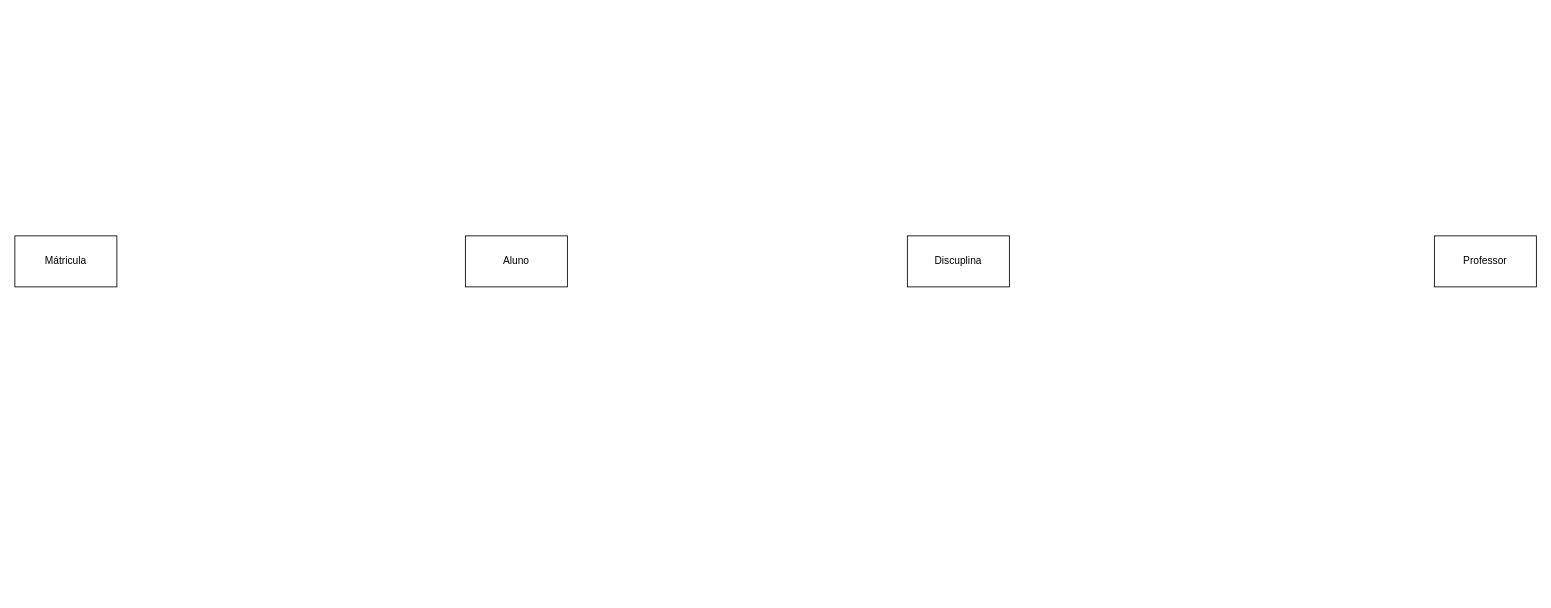
marcel-aita/DEVNOITE keeps this draw.io diagram as page "Sistema de Gestão Escolar" (3 of 3) of BD/Exercicios_DER/exercicios_DER_2.drawio. Above is the earlier version. Source tidied: cells renumbered, new cells numbered last; positions are measured from the earlier drawing's top-left corner, leaving out a move shared by most shapes. Both pictures are drawn from the tidied source at 85%, with x=0, y=0 at pixel (14, 235).
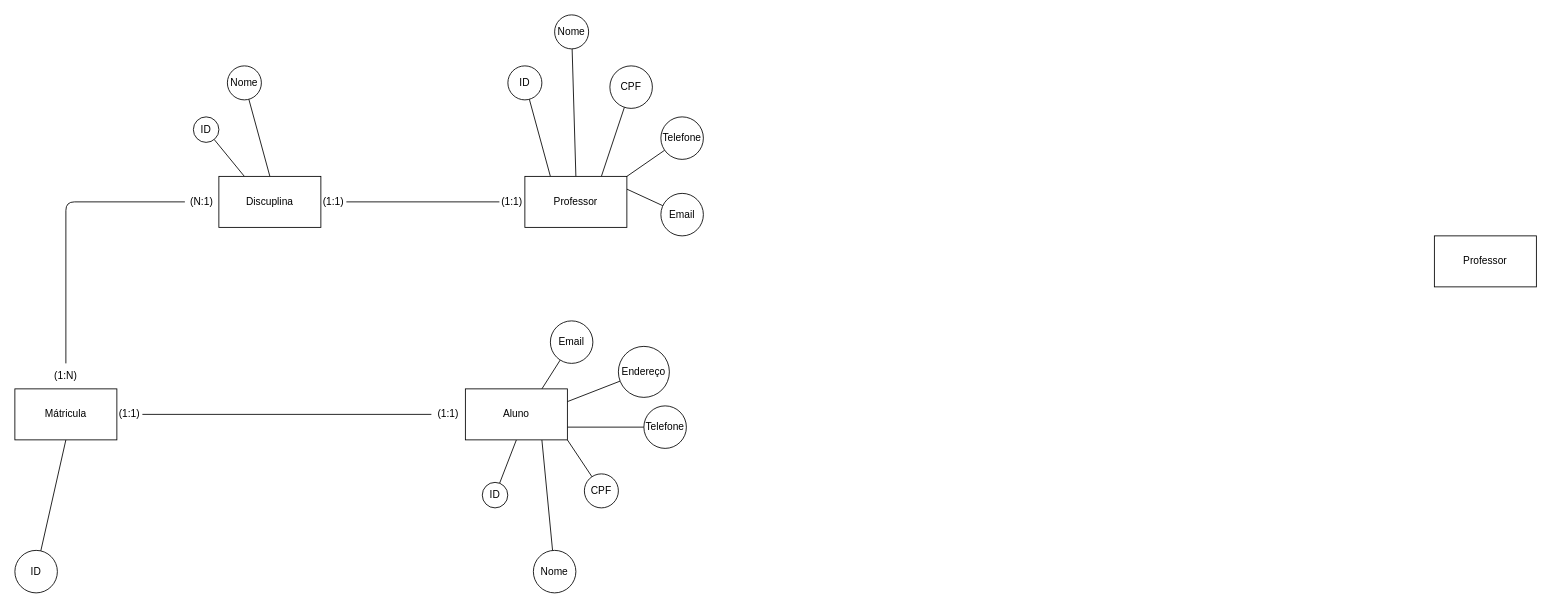
Above is the later version.

The edit, as a diff of the source:
```diff
@@
+    <mxCell id="6" style="edgeStyle=none;shape=connector;rounded=1;html=1;exitX=1;exitY=0.5;exitDx=0;exitDy=0;strokeColor=default;align=center;verticalAlign=middle;fontFamily=Helvetica;fontSize=12;fontColor=default;labelBackgroundColor=default;endArrow=none;endFill=0;" parent="1" edge="1" source="24" target="3">
+      <mxGeometry relative="1" as="geometry" />
+    </mxCell>
+    <mxCell id="7" style="edgeStyle=none;shape=connector;rounded=1;html=1;exitX=0.5;exitY=1;exitDx=0;exitDy=0;strokeColor=default;align=center;verticalAlign=middle;fontFamily=Helvetica;fontSize=12;fontColor=default;labelBackgroundColor=default;endArrow=none;endFill=0;" parent="1" edge="1" source="2" target="35">
+      <mxGeometry relative="1" as="geometry" />
+    </mxCell>
     <mxCell id="2" value="Mátricula" style="rounded=0;whiteSpace=wrap;html=1;" parent="1" vertex="1">
-      <mxGeometry width="120" height="60" as="geometry" />
+      <mxGeometry y="180" width="120" height="60" as="geometry" />
     </mxCell>
+    <mxCell id="8" style="edgeStyle=none;shape=connector;rounded=1;html=1;exitX=0.5;exitY=1;exitDx=0;exitDy=0;strokeColor=default;align=center;verticalAlign=middle;fontFamily=Helvetica;fontSize=12;fontColor=default;labelBackgroundColor=default;endArrow=none;endFill=0;" parent="1" edge="1" source="3" target="36">
+      <mxGeometry relative="1" as="geometry" />
+    </mxCell>
+    <mxCell id="9" style="edgeStyle=none;shape=connector;rounded=1;html=1;exitX=0.75;exitY=1;exitDx=0;exitDy=0;strokeColor=default;align=center;verticalAlign=middle;fontFamily=Helvetica;fontSize=12;fontColor=default;labelBackgroundColor=default;endArrow=none;endFill=0;" parent="1" edge="1" source="3" target="37">
+      <mxGeometry relative="1" as="geometry" />
+    </mxCell>
+    <mxCell id="10" style="edgeStyle=none;shape=connector;rounded=1;html=1;exitX=1;exitY=1;exitDx=0;exitDy=0;strokeColor=default;align=center;verticalAlign=middle;fontFamily=Helvetica;fontSize=12;fontColor=default;labelBackgroundColor=default;endArrow=none;endFill=0;" parent="1" edge="1" source="3" target="38">
+      <mxGeometry relative="1" as="geometry" />
+    </mxCell>
+    <mxCell id="11" style="edgeStyle=none;shape=connector;rounded=1;html=1;exitX=1;exitY=0.75;exitDx=0;exitDy=0;strokeColor=default;align=center;verticalAlign=middle;fontFamily=Helvetica;fontSize=12;fontColor=default;labelBackgroundColor=default;endArrow=none;endFill=0;" parent="1" edge="1" source="3" target="39">
+      <mxGeometry relative="1" as="geometry" />
+    </mxCell>
+    <mxCell id="12" style="edgeStyle=none;shape=connector;rounded=1;html=1;exitX=1;exitY=0.25;exitDx=0;exitDy=0;strokeColor=default;align=center;verticalAlign=middle;fontFamily=Helvetica;fontSize=12;fontColor=default;labelBackgroundColor=default;endArrow=none;endFill=0;" parent="1" edge="1" source="3" target="40">
+      <mxGeometry relative="1" as="geometry" />
+    </mxCell>
+    <mxCell id="13" style="edgeStyle=none;shape=connector;rounded=1;html=1;exitX=0.75;exitY=0;exitDx=0;exitDy=0;strokeColor=default;align=center;verticalAlign=middle;fontFamily=Helvetica;fontSize=12;fontColor=default;labelBackgroundColor=default;endArrow=none;endFill=0;" parent="1" edge="1" source="3" target="41">
+      <mxGeometry relative="1" as="geometry" />
+    </mxCell>
     <mxCell id="3" value="Aluno" style="rounded=0;whiteSpace=wrap;html=1;" parent="1" vertex="1">
-      <mxGeometry x="530" width="120" height="60" as="geometry" />
+      <mxGeometry x="530" y="180" width="120" height="60" as="geometry" />
     </mxCell>
+    <mxCell id="14" style="edgeStyle=none;shape=connector;rounded=1;html=1;exitX=1;exitY=0.5;exitDx=0;exitDy=0;entryX=0;entryY=0.5;entryDx=0;entryDy=0;strokeColor=default;align=center;verticalAlign=middle;fontFamily=Helvetica;fontSize=12;fontColor=default;labelBackgroundColor=default;endArrow=none;endFill=0;" parent="1" edge="1" source="32" target="22">
+      <mxGeometry relative="1" as="geometry" />
+    </mxCell>
+    <mxCell id="15" style="edgeStyle=none;shape=connector;rounded=1;html=1;exitX=0.25;exitY=0;exitDx=0;exitDy=0;strokeColor=default;align=center;verticalAlign=middle;fontFamily=Helvetica;fontSize=12;fontColor=default;labelBackgroundColor=default;endArrow=none;endFill=0;" parent="1" edge="1" source="4" target="42">
+      <mxGeometry relative="1" as="geometry" />
+    </mxCell>
+    <mxCell id="16" style="edgeStyle=none;shape=connector;rounded=1;html=1;exitX=0.5;exitY=0;exitDx=0;exitDy=0;strokeColor=default;align=center;verticalAlign=middle;fontFamily=Helvetica;fontSize=12;fontColor=default;labelBackgroundColor=default;endArrow=none;endFill=0;" parent="1" edge="1" source="4" target="43">
+      <mxGeometry relative="1" as="geometry" />
+    </mxCell>
     <mxCell id="4" value="Discuplina" style="rounded=0;whiteSpace=wrap;html=1;" parent="1" vertex="1">
-      <mxGeometry x="1050" width="120" height="60" as="geometry" />
+      <mxGeometry x="240" y="-70" width="120" height="60" as="geometry" />
     </mxCell>
@@
+    <mxCell id="17" style="edgeStyle=none;shape=connector;rounded=1;html=1;exitX=0.25;exitY=0;exitDx=0;exitDy=0;strokeColor=default;align=center;verticalAlign=middle;fontFamily=Helvetica;fontSize=12;fontColor=default;labelBackgroundColor=default;endArrow=none;endFill=0;" parent="1" edge="1" source="22" target="44">
+      <mxGeometry relative="1" as="geometry" />
+    </mxCell>
+    <mxCell id="18" style="edgeStyle=none;shape=connector;rounded=1;html=1;exitX=0.5;exitY=0;exitDx=0;exitDy=0;strokeColor=default;align=center;verticalAlign=middle;fontFamily=Helvetica;fontSize=12;fontColor=default;labelBackgroundColor=default;endArrow=none;endFill=0;" parent="1" edge="1" source="22" target="45">
+      <mxGeometry relative="1" as="geometry" />
+    </mxCell>
+    <mxCell id="19" style="edgeStyle=none;shape=connector;rounded=1;html=1;exitX=0.75;exitY=0;exitDx=0;exitDy=0;strokeColor=default;align=center;verticalAlign=middle;fontFamily=Helvetica;fontSize=12;fontColor=default;labelBackgroundColor=default;endArrow=none;endFill=0;" parent="1" edge="1" source="22" target="46">
+      <mxGeometry relative="1" as="geometry" />
+    </mxCell>
+    <mxCell id="20" style="edgeStyle=none;shape=connector;rounded=1;html=1;exitX=1;exitY=0;exitDx=0;exitDy=0;strokeColor=default;align=center;verticalAlign=middle;fontFamily=Helvetica;fontSize=12;fontColor=default;labelBackgroundColor=default;endArrow=none;endFill=0;" parent="1" edge="1" source="22" target="47">
+      <mxGeometry relative="1" as="geometry" />
+    </mxCell>
+    <mxCell id="21" style="edgeStyle=none;shape=connector;rounded=1;html=1;exitX=1;exitY=0.25;exitDx=0;exitDy=0;strokeColor=default;align=center;verticalAlign=middle;fontFamily=Helvetica;fontSize=12;fontColor=default;labelBackgroundColor=default;endArrow=none;endFill=0;" parent="1" edge="1" source="22" target="48">
+      <mxGeometry relative="1" as="geometry" />
+    </mxCell>
+    <mxCell id="22" value="Professor" style="rounded=0;whiteSpace=wrap;html=1;" parent="1" vertex="1">
+      <mxGeometry x="600" y="-70" width="120" height="60" as="geometry" />
+    </mxCell>
+    <mxCell id="23" style="edgeStyle=none;shape=connector;rounded=1;html=1;exitX=1;exitY=0.5;exitDx=0;exitDy=0;strokeColor=default;align=center;verticalAlign=middle;fontFamily=Helvetica;fontSize=12;fontColor=default;labelBackgroundColor=default;endArrow=none;endFill=0;" parent="1" edge="1" source="26" target="24">
+      <mxGeometry relative="1" as="geometry" />
+    </mxCell>
+    <mxCell id="24" value="(1:1)" style="text;html=1;align=center;verticalAlign=middle;whiteSpace=wrap;rounded=0;fontFamily=Helvetica;fontSize=12;fontColor=default;" parent="1" vertex="1">
+      <mxGeometry x="490" y="195" width="40" height="30" as="geometry" />
+    </mxCell>
+    <mxCell id="25" style="edgeStyle=none;shape=connector;rounded=1;html=1;exitX=1;exitY=0.5;exitDx=0;exitDy=0;strokeColor=default;align=center;verticalAlign=middle;fontFamily=Helvetica;fontSize=12;fontColor=default;labelBackgroundColor=default;endArrow=none;endFill=0;" parent="1" edge="1" source="2" target="26">
+      <mxGeometry relative="1" as="geometry" />
+    </mxCell>
+    <mxCell id="26" value="(1:1)" style="text;html=1;align=center;verticalAlign=middle;whiteSpace=wrap;rounded=0;fontFamily=Helvetica;fontSize=12;fontColor=default;" parent="1" vertex="1">
+      <mxGeometry x="120" y="195" width="30" height="30" as="geometry" />
+    </mxCell>
+    <mxCell id="27" style="edgeStyle=none;shape=connector;rounded=1;html=1;exitX=0.5;exitY=0;exitDx=0;exitDy=0;entryX=0;entryY=0.5;entryDx=0;entryDy=0;strokeColor=default;align=center;verticalAlign=middle;fontFamily=Helvetica;fontSize=12;fontColor=default;labelBackgroundColor=default;endArrow=none;endFill=0;" parent="1" edge="1" source="34" target="28">
+      <mxGeometry relative="1" as="geometry">
+        <Array as="points">
+          <mxPoint x="60" y="-40" />
+        </Array>
+      </mxGeometry>
+    </mxCell>
+    <mxCell id="28" value="(N:1)" style="text;html=1;align=center;verticalAlign=middle;whiteSpace=wrap;rounded=0;fontFamily=Helvetica;fontSize=12;fontColor=default;" parent="1" vertex="1">
+      <mxGeometry x="200" y="-55" width="40" height="30" as="geometry" />
+    </mxCell>
+    <mxCell id="29" style="edgeStyle=none;shape=connector;rounded=1;html=1;exitX=1;exitY=0.5;exitDx=0;exitDy=0;entryX=0;entryY=0.5;entryDx=0;entryDy=0;strokeColor=default;align=center;verticalAlign=middle;fontFamily=Helvetica;fontSize=12;fontColor=default;labelBackgroundColor=default;endArrow=none;endFill=0;" parent="1" edge="1" source="4" target="30">
+      <mxGeometry relative="1" as="geometry" />
+    </mxCell>
+    <mxCell id="30" value="(1:1)" style="text;html=1;align=center;verticalAlign=middle;whiteSpace=wrap;rounded=0;fontFamily=Helvetica;fontSize=12;fontColor=default;" parent="1" vertex="1">
+      <mxGeometry x="360" y="-55" width="30" height="30" as="geometry" />
+    </mxCell>
+    <mxCell id="31" style="edgeStyle=none;shape=connector;rounded=1;html=1;exitX=1;exitY=0.5;exitDx=0;exitDy=0;entryX=0;entryY=0.5;entryDx=0;entryDy=0;strokeColor=default;align=center;verticalAlign=middle;fontFamily=Helvetica;fontSize=12;fontColor=default;labelBackgroundColor=default;endArrow=none;endFill=0;" parent="1" edge="1" source="30" target="32">
+      <mxGeometry relative="1" as="geometry" />
+    </mxCell>
+    <mxCell id="32" value="(1:1)" style="text;html=1;align=center;verticalAlign=middle;whiteSpace=wrap;rounded=0;fontFamily=Helvetica;fontSize=12;fontColor=default;" parent="1" vertex="1">
+      <mxGeometry x="570" y="-55" width="30" height="30" as="geometry" />
+    </mxCell>
+    <mxCell id="33" style="edgeStyle=none;shape=connector;rounded=1;html=1;exitX=0.5;exitY=0;exitDx=0;exitDy=0;entryX=0.5;entryY=1;entryDx=0;entryDy=0;strokeColor=default;align=center;verticalAlign=middle;fontFamily=Helvetica;fontSize=12;fontColor=default;labelBackgroundColor=default;endArrow=none;endFill=0;" parent="1" edge="1" source="2" target="34">
+      <mxGeometry relative="1" as="geometry" />
+    </mxCell>
+    <mxCell id="34" value="(1:N)" style="text;html=1;align=center;verticalAlign=middle;whiteSpace=wrap;rounded=0;fontFamily=Helvetica;fontSize=12;fontColor=default;" parent="1" vertex="1">
+      <mxGeometry x="30" y="150" width="60" height="30" as="geometry" />
+    </mxCell>
+    <mxCell id="35" value="ID" style="ellipse;whiteSpace=wrap;html=1;strokeColor=default;align=center;verticalAlign=middle;fontFamily=Helvetica;fontSize=12;fontColor=default;fillColor=default;" parent="1" vertex="1">
+      <mxGeometry y="370" width="50" height="50" as="geometry" />
+    </mxCell>
+    <mxCell id="36" value="ID" style="ellipse;whiteSpace=wrap;html=1;strokeColor=default;align=center;verticalAlign=middle;fontFamily=Helvetica;fontSize=12;fontColor=default;fillColor=default;" parent="1" vertex="1">
+      <mxGeometry x="549.9" y="290" width="30" height="30" as="geometry" />
+    </mxCell>
+    <mxCell id="37" value="Nome" style="ellipse;whiteSpace=wrap;html=1;strokeColor=default;align=center;verticalAlign=middle;fontFamily=Helvetica;fontSize=12;fontColor=default;fillColor=default;" parent="1" vertex="1">
+      <mxGeometry x="610" y="370" width="50" height="50" as="geometry" />
+    </mxCell>
+    <mxCell id="38" value="CPF" style="ellipse;whiteSpace=wrap;html=1;strokeColor=default;align=center;verticalAlign=middle;fontFamily=Helvetica;fontSize=12;fontColor=default;fillColor=default;" parent="1" vertex="1">
+      <mxGeometry x="670" y="280" width="40" height="40" as="geometry" />
+    </mxCell>
+    <mxCell id="39" value="Telefone" style="ellipse;whiteSpace=wrap;html=1;strokeColor=default;align=center;verticalAlign=middle;fontFamily=Helvetica;fontSize=12;fontColor=default;fillColor=default;" parent="1" vertex="1">
+      <mxGeometry x="740" y="200" width="50" height="50" as="geometry" />
+    </mxCell>
+    <mxCell id="40" value="Endereço" style="ellipse;whiteSpace=wrap;html=1;strokeColor=default;align=center;verticalAlign=middle;fontFamily=Helvetica;fontSize=12;fontColor=default;fillColor=default;" parent="1" vertex="1">
+      <mxGeometry x="710" y="130" width="60" height="60" as="geometry" />
+    </mxCell>
+    <mxCell id="41" value="Email" style="ellipse;whiteSpace=wrap;html=1;strokeColor=default;align=center;verticalAlign=middle;fontFamily=Helvetica;fontSize=12;fontColor=default;fillColor=default;" parent="1" vertex="1">
+      <mxGeometry x="630" y="100" width="50" height="50" as="geometry" />
+    </mxCell>
+    <mxCell id="42" value="ID" style="ellipse;whiteSpace=wrap;html=1;strokeColor=default;align=center;verticalAlign=middle;fontFamily=Helvetica;fontSize=12;fontColor=default;fillColor=default;" parent="1" vertex="1">
+      <mxGeometry x="210" y="-140" width="30" height="30" as="geometry" />
+    </mxCell>
+    <mxCell id="43" value="Nome" style="ellipse;whiteSpace=wrap;html=1;strokeColor=default;align=center;verticalAlign=middle;fontFamily=Helvetica;fontSize=12;fontColor=default;fillColor=default;" parent="1" vertex="1">
+      <mxGeometry x="250" y="-200" width="40" height="40" as="geometry" />
+    </mxCell>
+    <mxCell id="44" value="ID" style="ellipse;whiteSpace=wrap;html=1;strokeColor=default;align=center;verticalAlign=middle;fontFamily=Helvetica;fontSize=12;fontColor=default;fillColor=default;" parent="1" vertex="1">
+      <mxGeometry x="580" y="-200" width="40" height="40" as="geometry" />
+    </mxCell>
+    <mxCell id="45" value="Nome" style="ellipse;whiteSpace=wrap;html=1;strokeColor=default;align=center;verticalAlign=middle;fontFamily=Helvetica;fontSize=12;fontColor=default;fillColor=default;" parent="1" vertex="1">
+      <mxGeometry x="635" y="-260" width="40" height="40" as="geometry" />
+    </mxCell>
+    <mxCell id="46" value="CPF" style="ellipse;whiteSpace=wrap;html=1;strokeColor=default;align=center;verticalAlign=middle;fontFamily=Helvetica;fontSize=12;fontColor=default;fillColor=default;" parent="1" vertex="1">
+      <mxGeometry x="700" y="-200" width="50" height="50" as="geometry" />
+    </mxCell>
+    <mxCell id="47" value="Telefone" style="ellipse;whiteSpace=wrap;html=1;strokeColor=default;align=center;verticalAlign=middle;fontFamily=Helvetica;fontSize=12;fontColor=default;fillColor=default;" parent="1" vertex="1">
+      <mxGeometry x="760" y="-140" width="50" height="50" as="geometry" />
+    </mxCell>
+    <mxCell id="48" value="Email" style="ellipse;whiteSpace=wrap;html=1;strokeColor=default;align=center;verticalAlign=middle;fontFamily=Helvetica;fontSize=12;fontColor=default;fillColor=default;" parent="1" vertex="1">
+      <mxGeometry x="760" y="-50" width="50" height="50" as="geometry" />
+    </mxCell>
```
